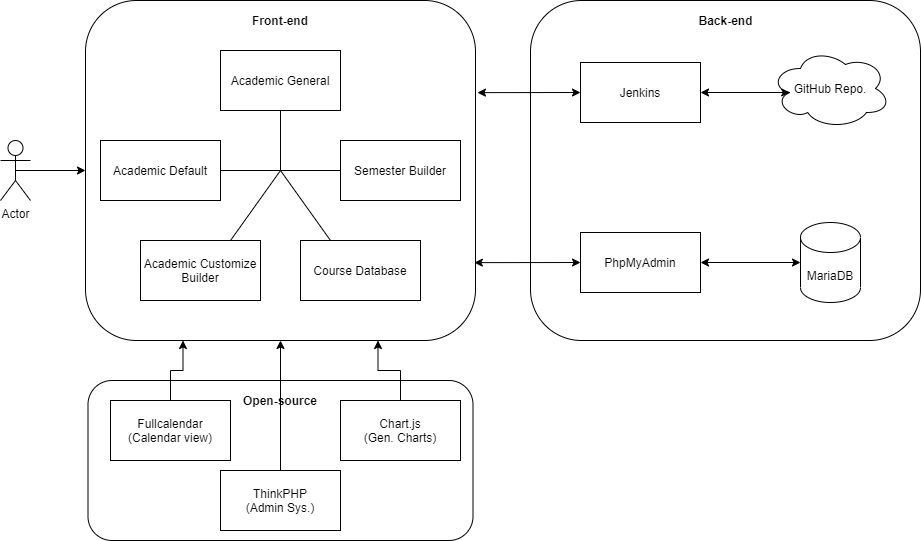
The draw.io diagram Document/Images & Design/architectural_design.png in yang242j/VSB_Plus, before a commit. Source tidied: cells renumbered, new cells last; positions are measured from the earlier drawing's top-left corner, leaving out a move shared by most shapes.
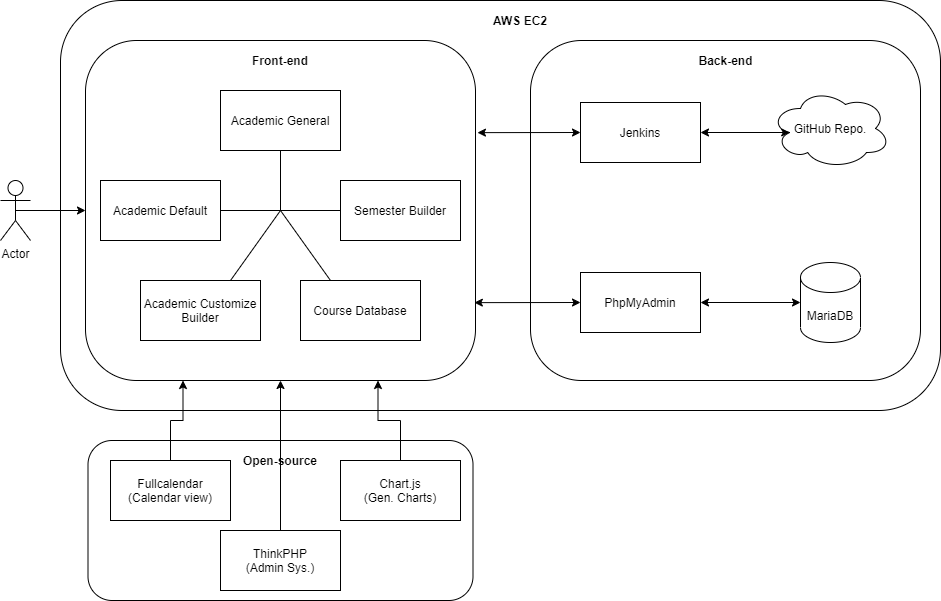
Above is the later version.

Diff of the diagram source:
```diff
@@ -2,8 +2,11 @@
   <root>
     <mxCell id="0" />
     <mxCell id="1" parent="0" />
+    <mxCell id="34" style="rounded=1;whiteSpace=wrap;html=1;fillColor=#ffffff;gradientColor=none;" parent="1" vertex="1">
+      <mxGeometry x="60" y="-40" width="880" height="410" as="geometry" />
+    </mxCell>
     <mxCell id="2" style="rounded=1;whiteSpace=wrap;html=1;fillColor=#ffffff;gradientColor=none;" parent="1" vertex="1">
-      <mxGeometry x="87.5" y="380" width="385" height="160" as="geometry" />
+      <mxGeometry x="87.5" y="400" width="385" height="160" as="geometry" />
     </mxCell>
     <mxCell id="3" style="rounded=1;whiteSpace=wrap;html=1;" parent="1" vertex="1">
       <mxGeometry x="530" width="390" height="340" as="geometry" />
@@ -91,22 +94,25 @@
       <mxGeometry relative="1" as="geometry" />
     </mxCell>
     <mxCell id="28" value="Fullcalendar&lt;br&gt;(Calendar view)" style="rounded=0;whiteSpace=wrap;html=1;fillColor=#ffffff;gradientColor=none;" parent="1" vertex="1">
-      <mxGeometry x="110" y="400" width="120" height="60" as="geometry" />
+      <mxGeometry x="110" y="420" width="120" height="60" as="geometry" />
     </mxCell>
     <mxCell id="29" style="edgeStyle=orthogonalEdgeStyle;rounded=0;jettySize=auto;html=1;exitX=0.5;exitY=0;exitDx=0;exitDy=0;entryX=0.75;entryY=1;entryDx=0;entryDy=0;" parent="1" edge="1" source="30" target="4">
       <mxGeometry relative="1" as="geometry" />
     </mxCell>
     <mxCell id="30" value="Chart.js&lt;br&gt;(Gen. Charts)" style="rounded=0;whiteSpace=wrap;html=1;fillColor=#ffffff;gradientColor=none;" parent="1" vertex="1">
-      <mxGeometry x="340" y="400" width="120" height="60" as="geometry" />
+      <mxGeometry x="340" y="420" width="120" height="60" as="geometry" />
     </mxCell>
     <mxCell id="31" value="&lt;b&gt;Open-source&lt;/b&gt;" style="text;html=1;strokeColor=none;fillColor=none;align=center;verticalAlign=middle;whiteSpace=wrap;rounded=0;" parent="1" vertex="1">
-      <mxGeometry x="240" y="390" width="80" height="20" as="geometry" />
+      <mxGeometry x="240" y="410" width="80" height="20" as="geometry" />
     </mxCell>
     <mxCell id="32" style="edgeStyle=orthogonalEdgeStyle;rounded=0;jettySize=auto;html=1;exitX=0.5;exitY=0;exitDx=0;exitDy=0;entryX=0.5;entryY=1;entryDx=0;entryDy=0;" parent="1" edge="1" source="33" target="4">
       <mxGeometry relative="1" as="geometry" />
     </mxCell>
     <mxCell id="33" value="ThinkPHP&lt;br&gt;(Admin Sys.)" style="rounded=0;whiteSpace=wrap;html=1;fillColor=#ffffff;gradientColor=none;" parent="1" vertex="1">
-      <mxGeometry x="220" y="470" width="120" height="60" as="geometry" />
+      <mxGeometry x="220" y="490" width="120" height="60" as="geometry" />
     </mxCell>
+    <mxCell id="35" value="&lt;b&gt;AWS EC2&lt;/b&gt;" style="text;html=1;strokeColor=none;fillColor=none;align=center;verticalAlign=middle;whiteSpace=wrap;rounded=0;" parent="1" vertex="1">
+      <mxGeometry x="460" y="-30" width="120" height="20" as="geometry" />
+    </mxCell>
   </root>
 </mxGraphModel>
```
